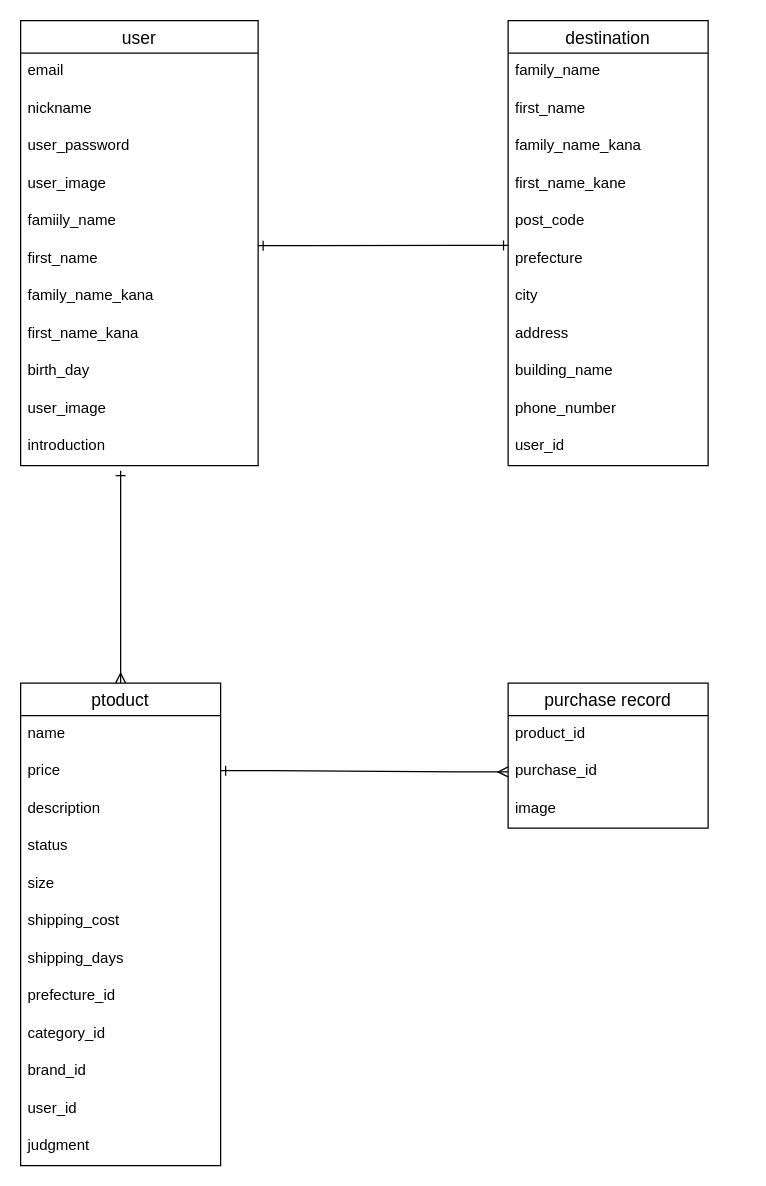
Above: furima-32653.dio in otakayusuke1317/furima-32653 (draw.io), before the change. Source tidied: cells renumbered, new cells numbered last; positions are measured from the earlier drawing's top-left corner, leaving out a move shared by most shapes. Both pictures are drawn from the tidied source at 125%, with x=0, y=0 at pixel (20, 20).
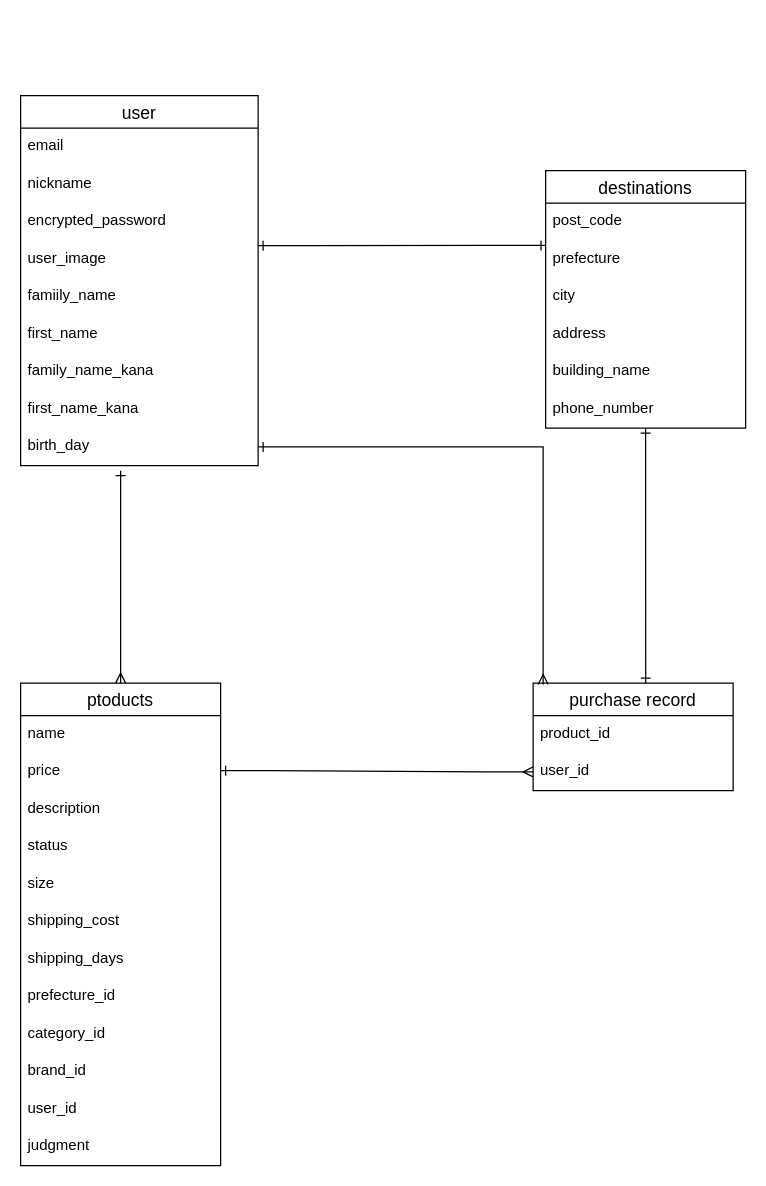
The same diagram, later.

The change refers to these unchanged cells:
```xml
<mxCell id="11" value="birth_day&#10;&#10;" style="text;strokeColor=none;fillColor=none;spacingLeft=4;spacingRight=4;overflow=hidden;points=[[0,0.5],[1,0.5]];portConstraint=eastwest;fontSize=12;" parent="2" vertex="1">
  <mxGeometry y="266" width="190" height="30" as="geometry" />
</mxCell>
```

The edit, as a diff of the source:
```diff
@@
     <mxCell id="2" value="user" style="swimlane;fontStyle=0;horizontal=1;startSize=26;align=center;fontSize=14;" parent="1" vertex="1">
-      <mxGeometry width="190" height="356" as="geometry" />
+      <mxGeometry y="60" width="190" height="296" as="geometry" />
     </mxCell>
@@
-    <mxCell id="5" value="user_password" style="text;strokeColor=none;fillColor=none;spacingLeft=4;spacingRight=4;overflow=hidden;fontSize=12;" parent="2" vertex="1">
+    <mxCell id="5" value="encrypted_password" style="text;strokeColor=none;fillColor=none;spacingLeft=4;spacingRight=4;overflow=hidden;fontSize=12;" parent="2" vertex="1">
       <mxGeometry y="86" width="190" height="30" as="geometry" />
     </mxCell>
@@
-    <mxCell id="12" value="user_image&#10;&#10;&#10;" style="text;strokeColor=none;fillColor=none;spacingLeft=4;spacingRight=4;overflow=hidden;fontSize=12;" parent="2" vertex="1">
-      <mxGeometry y="296" width="190" height="30" as="geometry" />
-    </mxCell>
-    <mxCell id="13" value="introduction&#10;&#10;" style="text;strokeColor=none;fillColor=none;spacingLeft=4;spacingRight=4;overflow=hidden;fontSize=12;" parent="2" vertex="1">
-      <mxGeometry y="326" width="190" height="30" as="geometry" />
-    </mxCell>
-    <mxCell id="14" value="ptoduct" style="swimlane;fontStyle=0;horizontal=1;startSize=26;align=center;fontSize=14;" parent="1" vertex="1">
+    <mxCell id="14" value="ptoducts" style="swimlane;fontStyle=0;horizontal=1;startSize=26;align=center;fontSize=14;" parent="1" vertex="1">
       <mxGeometry y="530" width="160" height="386" as="geometry" />
     </mxCell>
@@
+    <mxCell id="46" style="edgeStyle=orthogonalEdgeStyle;rounded=0;jettySize=auto;html=1;entryX=0.563;entryY=0;entryDx=0;entryDy=0;entryPerimeter=0;endArrow=ERone;endFill=0;startArrow=ERone;startFill=0;" parent="1" edge="1" source="27" target="39">
+      <mxGeometry relative="1" as="geometry" />
+    </mxCell>
-    <mxCell id="27" value="destination" style="swimlane;fontStyle=0;horizontal=1;startSize=26;align=center;fontSize=14;" parent="1" vertex="1">
-      <mxGeometry x="390" width="160" height="356" as="geometry" />
+    <mxCell id="27" value="destinations" style="swimlane;fontStyle=0;horizontal=1;startSize=26;align=center;fontSize=14;" parent="1" vertex="1">
+      <mxGeometry x="420" y="120" width="160" height="206" as="geometry" />
     </mxCell>
-    <mxCell id="28" value="family_name" style="text;strokeColor=none;fillColor=none;spacingLeft=4;spacingRight=4;overflow=hidden;fontSize=12;" parent="27" vertex="1">
-      <mxGeometry y="26" width="160" height="30" as="geometry" />
-    </mxCell>
-    <mxCell id="29" value="first_name&#10;&#10;" style="text;strokeColor=none;fillColor=none;spacingLeft=4;spacingRight=4;overflow=hidden;fontSize=12;" parent="27" vertex="1">
-      <mxGeometry y="56" width="160" height="30" as="geometry" />
-    </mxCell>
-    <mxCell id="30" value="family_name_kana&#10;&#10;&#10;&#10;" style="text;strokeColor=none;fillColor=none;spacingLeft=4;spacingRight=4;overflow=hidden;fontSize=12;" parent="27" vertex="1">
-      <mxGeometry y="86" width="160" height="30" as="geometry" />
-    </mxCell>
-    <mxCell id="31" value="first_name_kane" style="text;strokeColor=none;fillColor=none;spacingLeft=4;spacingRight=4;overflow=hidden;fontSize=12;" parent="27" vertex="1">
-      <mxGeometry y="116" width="160" height="30" as="geometry" />
-    </mxCell>
     <mxCell id="32" value="post_code" style="text;strokeColor=none;fillColor=none;spacingLeft=4;spacingRight=4;overflow=hidden;fontSize=12;" parent="27" vertex="1">
-      <mxGeometry y="146" width="160" height="30" as="geometry" />
+      <mxGeometry y="26" width="160" height="30" as="geometry" />
     </mxCell>
     <mxCell id="33" value="prefecture" style="text;strokeColor=none;fillColor=none;spacingLeft=4;spacingRight=4;overflow=hidden;points=[[0,0.5],[1,0.5]];portConstraint=eastwest;fontSize=12;" parent="27" vertex="1">
-      <mxGeometry y="176" width="160" height="30" as="geometry" />
+      <mxGeometry y="56" width="160" height="30" as="geometry" />
     </mxCell>
     <mxCell id="34" value="city" style="text;strokeColor=none;fillColor=none;spacingLeft=4;spacingRight=4;overflow=hidden;fontSize=12;" parent="27" vertex="1">
-      <mxGeometry y="206" width="160" height="30" as="geometry" />
+      <mxGeometry y="86" width="160" height="30" as="geometry" />
     </mxCell>
     <mxCell id="35" value="address&#10;&#10;&#10;&#10;" style="text;strokeColor=none;fillColor=none;spacingLeft=4;spacingRight=4;overflow=hidden;fontSize=12;" parent="27" vertex="1">
-      <mxGeometry y="236" width="160" height="30" as="geometry" />
+      <mxGeometry y="116" width="160" height="30" as="geometry" />
     </mxCell>
     <mxCell id="36" value="building_name" style="text;strokeColor=none;fillColor=none;spacingLeft=4;spacingRight=4;overflow=hidden;fontSize=12;" parent="27" vertex="1">
-      <mxGeometry y="266" width="160" height="30" as="geometry" />
+      <mxGeometry y="146" width="160" height="30" as="geometry" />
     </mxCell>
     <mxCell id="37" value="phone_number" style="text;strokeColor=none;fillColor=none;spacingLeft=4;spacingRight=4;overflow=hidden;fontSize=12;" parent="27" vertex="1">
-      <mxGeometry y="296" width="160" height="30" as="geometry" />
+      <mxGeometry y="176" width="160" height="30" as="geometry" />
     </mxCell>
-    <mxCell id="38" value="user_id&#10;&#10;" style="text;strokeColor=none;fillColor=none;spacingLeft=4;spacingRight=4;overflow=hidden;fontSize=12;" parent="27" vertex="1">
-      <mxGeometry y="326" width="160" height="30" as="geometry" />
-    </mxCell>
     <mxCell id="39" value="purchase record" style="swimlane;fontStyle=0;horizontal=1;startSize=26;align=center;fontSize=14;" parent="1" vertex="1">
-      <mxGeometry x="390" y="530" width="160" height="116" as="geometry" />
+      <mxGeometry x="410" y="530" width="160" height="86" as="geometry" />
     </mxCell>
@@
-    <mxCell id="41" value="purchase_id&#10;" style="text;strokeColor=none;fillColor=none;spacingLeft=4;spacingRight=4;overflow=hidden;points=[[0,0.5],[1,0.5]];portConstraint=eastwest;fontSize=12;" parent="39" vertex="1">
+    <mxCell id="41" value="user_id&#10;" style="text;strokeColor=none;fillColor=none;spacingLeft=4;spacingRight=4;overflow=hidden;points=[[0,0.5],[1,0.5]];portConstraint=eastwest;fontSize=12;" parent="39" vertex="1">
       <mxGeometry y="56" width="160" height="30" as="geometry" />
     </mxCell>
-    <mxCell id="42" value="image" style="text;strokeColor=none;fillColor=none;spacingLeft=4;spacingRight=4;overflow=hidden;fontSize=12;" parent="39" vertex="1">
-      <mxGeometry y="86" width="160" height="30" as="geometry" />
-    </mxCell>
@@
+    <mxCell id="47" style="edgeStyle=orthogonalEdgeStyle;rounded=0;jettySize=auto;html=1;exitX=1;exitY=0.5;exitDx=0;exitDy=0;entryX=0.05;entryY=0.012;entryDx=0;entryDy=0;entryPerimeter=0;startArrow=ERone;startFill=0;endArrow=ERmany;endFill=0;" parent="1" edge="1" source="11" target="39">
+      <mxGeometry relative="1" as="geometry" />
+    </mxCell>
```
